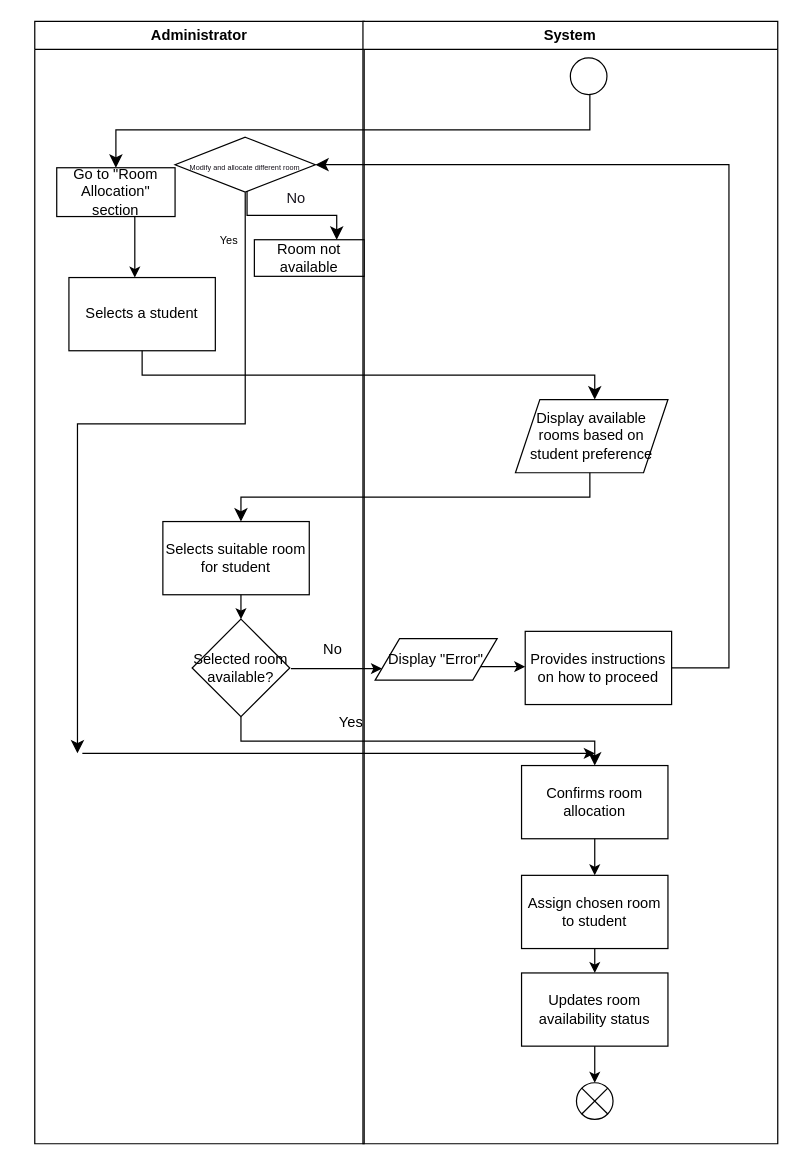
This is project/drawio/stakeholder/activity diagram/uc20.drawio from drshahizan/software-engineering, a draw.io file, before an edit. Source tidied: cells renumbered, new cells numbered last; positions are measured from the earlier drawing's top-left corner, leaving out a move shared by most shapes. Both pictures are drawn from the tidied source at 122%, with x=0, y=0 at pixel (34, 21).
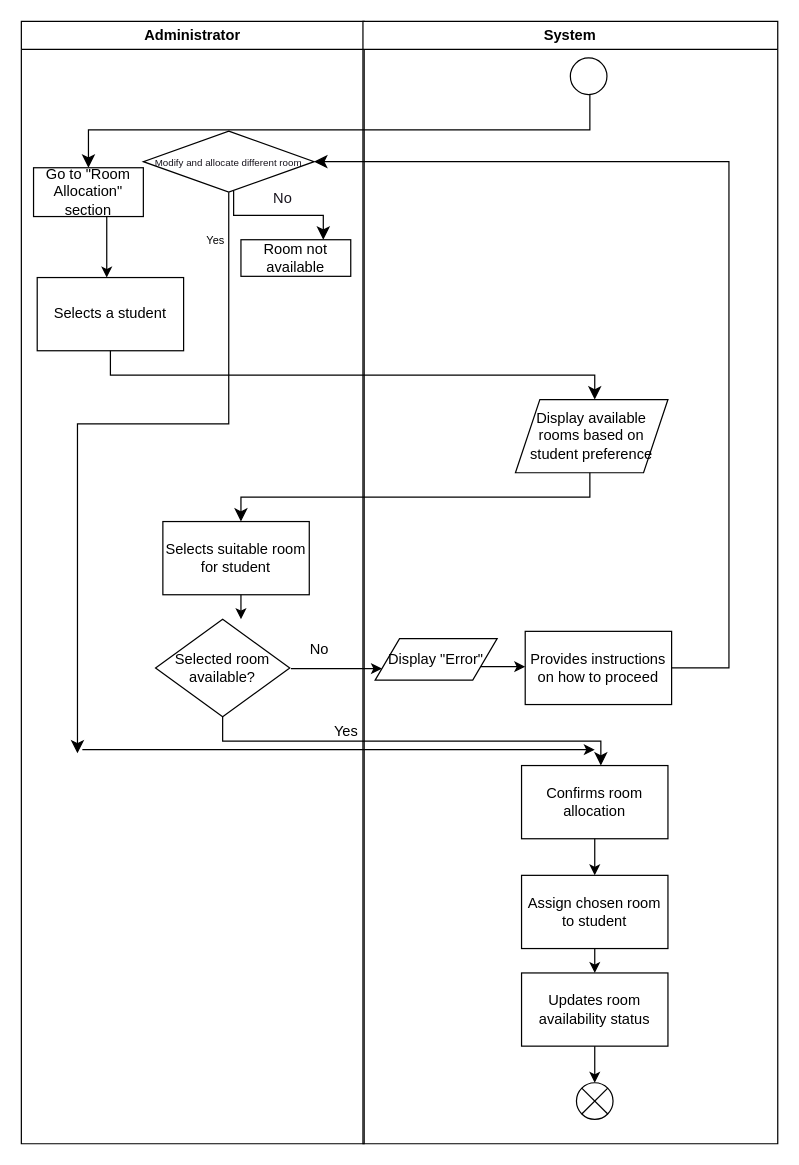
The same diagram, later.

Unchanged cells that the change refers to:
```xml
<mxCell id="21" value="Provides instructions on how to proceed" style="rounded=0;whiteSpace=wrap;html=1;" parent="1" vertex="1">
  <mxGeometry x="402" y="500" width="120" height="60" as="geometry" />
</mxCell>
```

Change to the diagram source:
```diff
@@
     <mxCell id="3" style="endArrow=classic;html=1;" parent="1" edge="1">
       <mxGeometry relative="1" as="geometry">
-        <mxPoint x="82" y="160" as="sourcePoint" />
-        <mxPoint x="82" y="210" as="targetPoint" />
+        <mxPoint x="59" y="160" as="sourcePoint" />
+        <mxPoint x="59" y="210" as="targetPoint" />
       </mxGeometry>
     </mxCell>
     <mxCell id="4" value="Selects a student" style="rounded=0;whiteSpace=wrap;html=1;" parent="1" vertex="1">
-      <mxGeometry x="28" y="210" width="120" height="60" as="geometry" />
+      <mxGeometry x="2" y="210" width="120" height="60" as="geometry" />
     </mxCell>
@@
     <mxCell id="10" value="Selected room available?" style="rhombus;whiteSpace=wrap;html=1;" parent="1" vertex="1">
-      <mxGeometry x="129" y="490" width="80" height="80" as="geometry" />
+      <mxGeometry x="99" y="490" width="110" height="80" as="geometry" />
     </mxCell>
     <mxCell id="11" value="Yes" style="text;html=1;align=center;verticalAlign=middle;strokeColor=none;fillColor=none;" parent="1" vertex="1">
-      <mxGeometry x="239" y="560" width="40" height="30" as="geometry" />
+      <mxGeometry x="235" y="567" width="40" height="30" as="geometry" />
     </mxCell>
-    <mxCell id="12" style="edgeStyle=elbowEdgeStyle;elbow=vertical;endArrow=classic;html=1;curved=0;rounded=0;endSize=8;startSize=8;" parent="1" edge="1">
+    <mxCell id="12" style="edgeStyle=elbowEdgeStyle;elbow=vertical;endArrow=classic;html=1;curved=0;rounded=0;endSize=8;startSize=8;exitX=0.5;exitY=1;exitDx=0;exitDy=0;" parent="1" edge="1" source="10">
       <mxGeometry relative="1" as="geometry">
-        <mxPoint x="169" y="570" as="sourcePoint" />
-        <mxPoint x="459" y="610" as="targetPoint" />
+        <mxPoint x="464" y="610" as="targetPoint" />
       </mxGeometry>
     </mxCell>
@@
-    <mxCell id="22" style="edgeStyle=elbowEdgeStyle;elbow=horizontal;endArrow=classic;html=1;curved=0;rounded=0;endSize=8;startSize=8;exitX=1;exitY=0.5;exitDx=0;exitDy=0;" parent="1" edge="1" source="21" target="27">
+    <mxCell id="22" style="edgeStyle=elbowEdgeStyle;elbow=horizontal;endArrow=classic;html=1;curved=0;rounded=0;endSize=8;startSize=8;exitX=1;exitY=0.5;exitDx=0;exitDy=0;entryX=1;entryY=0.5;entryDx=0;entryDy=0;" parent="1" edge="1" source="21" target="27">
       <mxGeometry relative="1" as="geometry">
         <Array as="points">
           <mxPoint x="569" y="350" />
         </Array>
       </mxGeometry>
     </mxCell>
@@
     <mxCell id="24" style="endArrow=classic;html=1;" parent="1" edge="1">
       <mxGeometry relative="1" as="geometry">
-        <mxPoint x="39" y="600" as="sourcePoint" />
-        <mxPoint x="459" y="600" as="targetPoint" />
+        <mxPoint x="39" y="597" as="sourcePoint" />
+        <mxPoint x="459" y="597" as="targetPoint" />
       </mxGeometry>
     </mxCell>
     <mxCell id="25" value="Administrator" style="swimlane;whiteSpace=wrap;html=1;" parent="1" vertex="1">
-      <mxGeometry width="270" height="920" as="geometry" />
+      <mxGeometry x="-11" width="281" height="920" as="geometry" />
     </mxCell>
     <mxCell id="26" value="Go to &quot;Room Allocation&quot; section" style="rounded=0;whiteSpace=wrap;html=1;" parent="25" vertex="1">
-      <mxGeometry x="18" y="120" width="97" height="40" as="geometry" />
+      <mxGeometry x="10" y="120" width="90" height="40" as="geometry" />
     </mxCell>
-    <mxCell id="27" value="&lt;font style=&quot;font-size: 6px;&quot; color=&quot;#18141d&quot;&gt;Modify and allocate different room&lt;/font&gt;" style="rhombus;whiteSpace=wrap;html=1;fontFamily=Helvetica;fontSize=12;fontColor=rgb(240, 240, 240);align=center;strokeColor=#000000;fillColor=#FFFFFF;" parent="25" vertex="1">
-      <mxGeometry x="115" y="95" width="115" height="45" as="geometry" />
+    <mxCell id="27" value="&lt;font style=&quot;font-size: 8px;&quot; color=&quot;#18141d&quot;&gt;Modify and allocate different room&lt;/font&gt;" style="rhombus;whiteSpace=wrap;html=1;fontFamily=Helvetica;fontSize=12;fontColor=rgb(240, 240, 240);align=center;strokeColor=#000000;fillColor=#FFFFFF;" parent="25" vertex="1">
+      <mxGeometry x="100" y="90" width="140" height="50" as="geometry" />
     </mxCell>
@@
     <mxCell id="36" value="&lt;font style=&quot;font-size: 9px;&quot;&gt;Yes&lt;/font&gt;" style="text;html=1;align=center;verticalAlign=middle;strokeColor=none;fillColor=none;fontSize=6;" parent="1" vertex="1">
-      <mxGeometry x="139" y="170" width="40" height="20" as="geometry" />
+      <mxGeometry x="128" y="170" width="40" height="20" as="geometry" />
     </mxCell>
```
